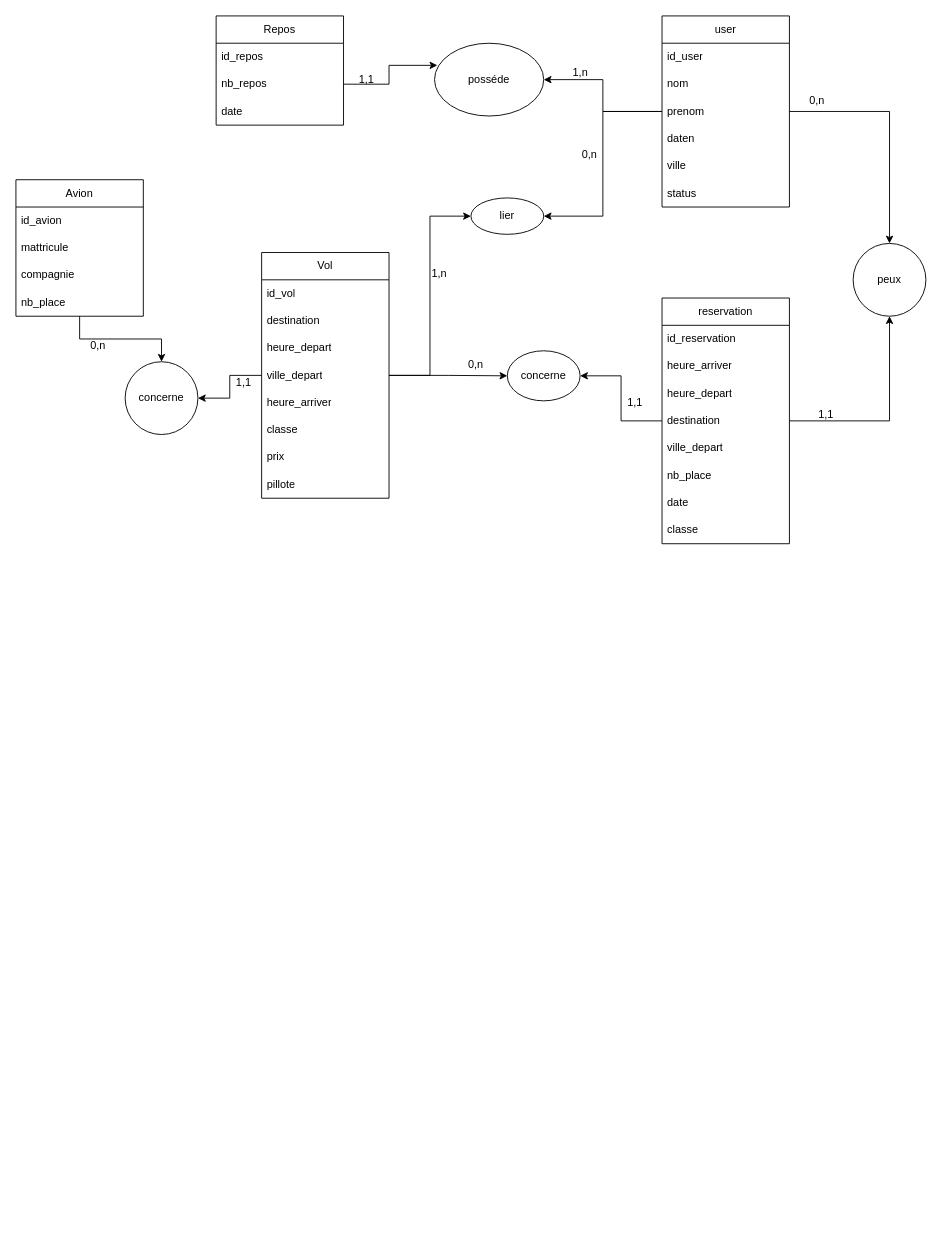
Djibril-Korchi/A-roport keeps this draw.io diagram as MCD.drawio. Above is the earlier version. Source tidied: cells renumbered, new cells numbered last; positions are measured from the earlier drawing's top-left corner, leaving out a move shared by most shapes. Both pictures are drawn from the tidied source at 91%, with x=0, y=0 at pixel (15, 15).
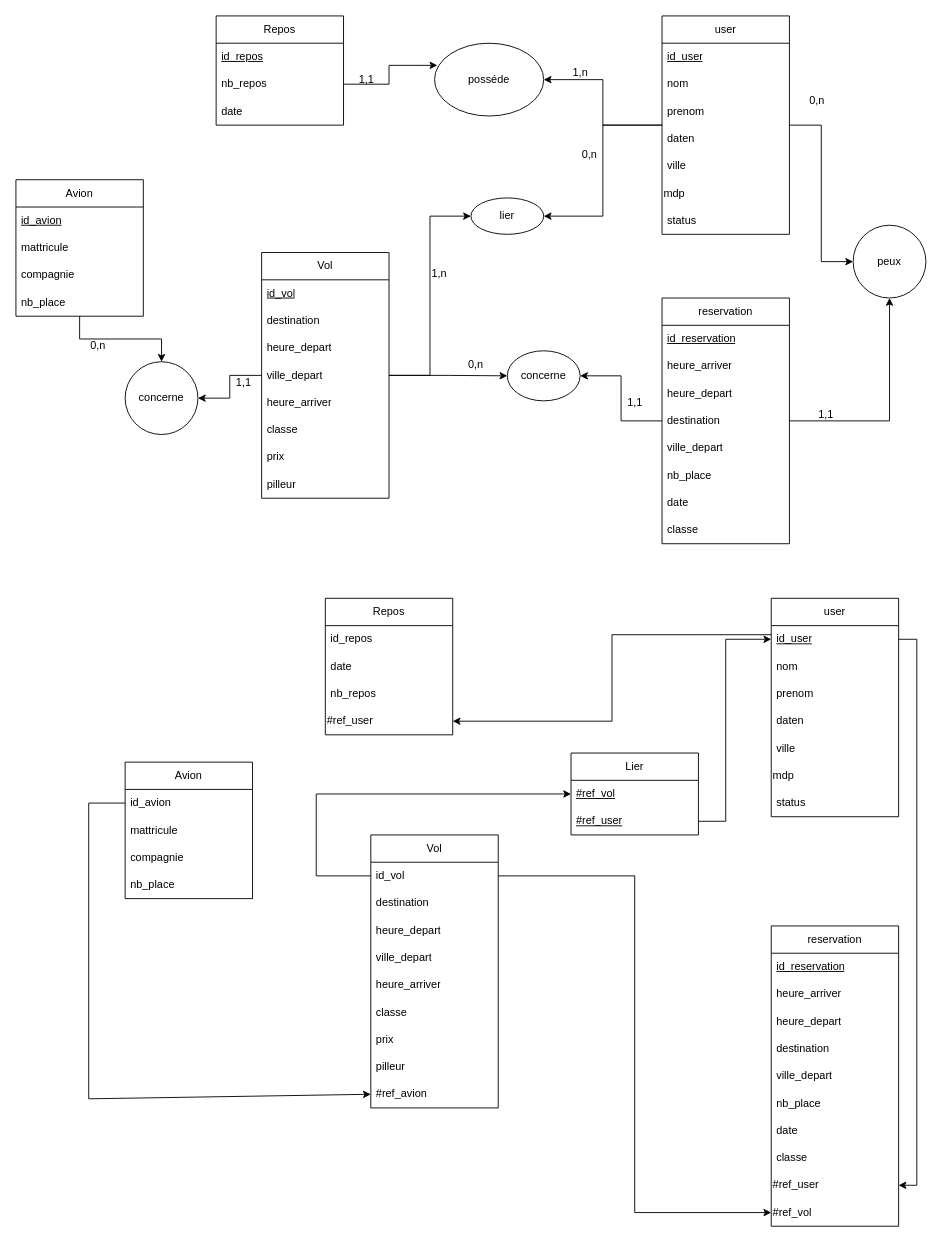
The same page after the edit.

The change refers to these unchanged cells:
```xml
<mxCell id="14" value="reservation" style="swimlane;fontStyle=0;horizontal=1;startSize=30;whiteSpace=wrap;html=1;" parent="1" vertex="1">
  <mxGeometry x="710" y="310" width="140" height="270" as="geometry" />
</mxCell>
<mxCell id="26" value="Vol" style="swimlane;fontStyle=0;horizontal=1;startSize=30;whiteSpace=wrap;html=1;" parent="1" vertex="1">
  <mxGeometry x="270" y="260" width="140" height="270" as="geometry" />
</mxCell>
<mxCell id="35" value="Repos" style="swimlane;fontStyle=0;horizontal=1;startSize=30;whiteSpace=wrap;html=1;" parent="1" vertex="1">
  <mxGeometry x="220" width="140" height="120" as="geometry" />
</mxCell>
<mxCell id="53" value="Avion" style="swimlane;fontStyle=0;horizontal=1;startSize=30;whiteSpace=wrap;html=1;" parent="1" vertex="1">
  <mxGeometry y="180" width="140" height="150" as="geometry" />
</mxCell>
```

The edit, as a diff of the source:
```diff
@@
     <mxCell id="5" value="user" style="swimlane;fontStyle=0;horizontal=1;startSize=30;whiteSpace=wrap;html=1;" parent="1" vertex="1">
-      <mxGeometry x="710" width="140" height="210" as="geometry" />
+      <mxGeometry x="710" width="140" height="240" as="geometry" />
     </mxCell>
-    <mxCell id="6" value="id_user" style="text;strokeColor=none;fillColor=none;align=left;verticalAlign=middle;spacingLeft=4;spacingRight=4;overflow=hidden;whiteSpace=wrap;html=1;" parent="5" vertex="1">
+    <mxCell id="6" value="id_user" style="text;strokeColor=none;fillColor=none;align=left;verticalAlign=middle;spacingLeft=4;spacingRight=4;overflow=hidden;whiteSpace=wrap;html=1;fontStyle=4;" parent="5" vertex="1">
       <mxGeometry y="30" width="140" height="30" as="geometry" />
     </mxCell>
@@
+    <mxCell id="61" value="mdp" style="text;html=1;align=left;verticalAlign=middle;whiteSpace=wrap;rounded=0;" parent="5" vertex="1">
+      <mxGeometry y="180" width="140" height="30" as="geometry" />
+    </mxCell>
     <mxCell id="11" value="status" style="text;strokeColor=none;fillColor=none;align=left;verticalAlign=middle;spacingLeft=4;spacingRight=4;overflow=hidden;whiteSpace=wrap;html=1;" parent="5" vertex="1">
-      <mxGeometry y="180" width="140" height="30" as="geometry" />
+      <mxGeometry y="210" width="140" height="30" as="geometry" />
     </mxCell>
@@
-    <mxCell id="15" value="id_reservation" style="text;strokeColor=none;fillColor=none;align=left;verticalAlign=middle;spacingLeft=4;spacingRight=4;overflow=hidden;whiteSpace=wrap;html=1;" parent="14" vertex="1">
+    <mxCell id="15" value="id_reservation" style="text;strokeColor=none;fillColor=none;align=left;verticalAlign=middle;spacingLeft=4;spacingRight=4;overflow=hidden;whiteSpace=wrap;html=1;fontStyle=4;" parent="14" vertex="1">
       <mxGeometry y="30" width="140" height="30" as="geometry" />
     </mxCell>
@@
-    <mxCell id="27" value="id_vol" style="text;strokeColor=none;fillColor=none;align=left;verticalAlign=middle;spacingLeft=4;spacingRight=4;overflow=hidden;whiteSpace=wrap;html=1;" parent="26" vertex="1">
+    <mxCell id="27" value="id_vol" style="text;strokeColor=none;fillColor=none;align=left;verticalAlign=middle;spacingLeft=4;spacingRight=4;overflow=hidden;whiteSpace=wrap;html=1;fontStyle=4;" parent="26" vertex="1">
       <mxGeometry y="30" width="140" height="30" as="geometry" />
     </mxCell>
@@
-    <mxCell id="34" value="pillote" style="text;strokeColor=none;fillColor=none;align=left;verticalAlign=middle;spacingLeft=4;spacingRight=4;overflow=hidden;whiteSpace=wrap;html=1;" parent="26" vertex="1">
+    <mxCell id="34" value="pilleur" style="text;strokeColor=none;fillColor=none;align=left;verticalAlign=middle;spacingLeft=4;spacingRight=4;overflow=hidden;whiteSpace=wrap;html=1;" parent="26" vertex="1">
       <mxGeometry y="240" width="140" height="30" as="geometry" />
     </mxCell>
@@
-    <mxCell id="36" value="id_repos" style="text;strokeColor=none;fillColor=none;align=left;verticalAlign=middle;spacingLeft=4;spacingRight=4;overflow=hidden;whiteSpace=wrap;html=1;" parent="35" vertex="1">
+    <mxCell id="36" value="id_repos" style="text;strokeColor=none;fillColor=none;align=left;verticalAlign=middle;spacingLeft=4;spacingRight=4;overflow=hidden;whiteSpace=wrap;html=1;fontStyle=4;" parent="35" vertex="1">
       <mxGeometry y="30" width="140" height="30" as="geometry" />
     </mxCell>
@@
     <mxCell id="41" value="peux" style="ellipse;whiteSpace=wrap;html=1;fontStyle=0;startSize=30;" parent="1" vertex="1">
-      <mxGeometry x="920" y="250" width="80" height="80" as="geometry" />
+      <mxGeometry x="920" y="230" width="80" height="80" as="geometry" />
     </mxCell>
@@
-    <mxCell id="54" value="id_avion" style="text;strokeColor=none;fillColor=none;align=left;verticalAlign=middle;spacingLeft=4;spacingRight=4;overflow=hidden;whiteSpace=wrap;html=1;" parent="53" vertex="1">
+    <mxCell id="54" value="id_avion" style="text;strokeColor=none;fillColor=none;align=left;verticalAlign=middle;spacingLeft=4;spacingRight=4;overflow=hidden;whiteSpace=wrap;html=1;fontStyle=4;" parent="53" vertex="1">
       <mxGeometry y="30" width="140" height="30" as="geometry" />
     </mxCell>
@@
+    <mxCell id="62" style="edgeStyle=orthogonalEdgeStyle;rounded=0;jettySize=auto;html=1;entryX=1;entryY=0.5;entryDx=0;entryDy=0;exitX=0;exitY=0.333;exitDx=0;exitDy=0;exitPerimeter=0;" parent="1" edge="1" source="65" target="87">
+      <mxGeometry relative="1" as="geometry" />
+    </mxCell>
+    <mxCell id="63" style="edgeStyle=orthogonalEdgeStyle;rounded=0;jettySize=auto;html=1;exitX=1;exitY=0.5;exitDx=0;exitDy=0;entryX=1;entryY=0.5;entryDx=0;entryDy=0;" parent="1" edge="1" source="65" target="102">
+      <mxGeometry relative="1" as="geometry" />
+    </mxCell>
+    <mxCell id="64" value="user" style="swimlane;fontStyle=0;horizontal=1;startSize=30;whiteSpace=wrap;html=1;" parent="1" vertex="1">
+      <mxGeometry x="830" y="640" width="140" height="240" as="geometry" />
+    </mxCell>
+    <mxCell id="65" value="id_user" style="text;strokeColor=none;fillColor=none;align=left;verticalAlign=middle;spacingLeft=4;spacingRight=4;overflow=hidden;points=[[0,0.5],[1,0.5]];portConstraint=eastwest;whiteSpace=wrap;html=1;fontStyle=4;" parent="64" vertex="1">
+      <mxGeometry y="30" width="140" height="30" as="geometry" />
+    </mxCell>
+    <mxCell id="66" value="nom" style="text;strokeColor=none;fillColor=none;align=left;verticalAlign=middle;spacingLeft=4;spacingRight=4;overflow=hidden;whiteSpace=wrap;html=1;" parent="64" vertex="1">
+      <mxGeometry y="60" width="140" height="30" as="geometry" />
+    </mxCell>
+    <mxCell id="67" value="prenom" style="text;strokeColor=none;fillColor=none;align=left;verticalAlign=middle;spacingLeft=4;spacingRight=4;overflow=hidden;whiteSpace=wrap;html=1;" parent="64" vertex="1">
+      <mxGeometry y="90" width="140" height="30" as="geometry" />
+    </mxCell>
+    <mxCell id="68" value="daten" style="text;strokeColor=none;fillColor=none;align=left;verticalAlign=middle;spacingLeft=4;spacingRight=4;overflow=hidden;whiteSpace=wrap;html=1;" parent="64" vertex="1">
+      <mxGeometry y="120" width="140" height="30" as="geometry" />
+    </mxCell>
+    <mxCell id="69" value="ville" style="text;strokeColor=none;fillColor=none;align=left;verticalAlign=middle;spacingLeft=4;spacingRight=4;overflow=hidden;whiteSpace=wrap;html=1;" parent="64" vertex="1">
+      <mxGeometry y="150" width="140" height="30" as="geometry" />
+    </mxCell>
+    <mxCell id="70" value="mdp" style="text;html=1;align=left;verticalAlign=middle;whiteSpace=wrap;rounded=0;" parent="64" vertex="1">
+      <mxGeometry y="180" width="140" height="30" as="geometry" />
+    </mxCell>
+    <mxCell id="71" value="status" style="text;strokeColor=none;fillColor=none;align=left;verticalAlign=middle;spacingLeft=4;spacingRight=4;overflow=hidden;whiteSpace=wrap;html=1;" parent="64" vertex="1">
+      <mxGeometry y="210" width="140" height="30" as="geometry" />
+    </mxCell>
+    <mxCell id="72" style="edgeStyle=orthogonalEdgeStyle;rounded=0;jettySize=auto;html=1;entryX=0;entryY=0.5;entryDx=0;entryDy=0;exitX=1;exitY=0.5;exitDx=0;exitDy=0;" parent="1" edge="1" source="74" target="103">
+      <mxGeometry relative="1" as="geometry" />
+    </mxCell>
+    <mxCell id="73" value="Vol" style="swimlane;fontStyle=0;horizontal=1;startSize=30;whiteSpace=wrap;html=1;" parent="1" vertex="1">
+      <mxGeometry x="390" y="900" width="140" height="300" as="geometry" />
+    </mxCell>
+    <mxCell id="74" value="id_vol" style="text;strokeColor=none;fillColor=none;align=left;verticalAlign=middle;spacingLeft=4;spacingRight=4;overflow=hidden;points=[[0,0.5],[1,0.5]];portConstraint=eastwest;whiteSpace=wrap;html=1;" parent="73" vertex="1">
+      <mxGeometry y="30" width="140" height="30" as="geometry" />
+    </mxCell>
+    <mxCell id="75" value="destination" style="text;strokeColor=none;fillColor=none;align=left;verticalAlign=middle;spacingLeft=4;spacingRight=4;overflow=hidden;whiteSpace=wrap;html=1;" parent="73" vertex="1">
+      <mxGeometry y="60" width="140" height="30" as="geometry" />
+    </mxCell>
+    <mxCell id="76" value="heure_depart" style="text;strokeColor=none;fillColor=none;align=left;verticalAlign=middle;spacingLeft=4;spacingRight=4;overflow=hidden;whiteSpace=wrap;html=1;" parent="73" vertex="1">
+      <mxGeometry y="90" width="140" height="30" as="geometry" />
+    </mxCell>
+    <mxCell id="77" value="ville_depart" style="text;strokeColor=none;fillColor=none;align=left;verticalAlign=middle;spacingLeft=4;spacingRight=4;overflow=hidden;whiteSpace=wrap;html=1;" parent="73" vertex="1">
+      <mxGeometry y="120" width="140" height="30" as="geometry" />
+    </mxCell>
+    <mxCell id="78" value="heure_arriver" style="text;strokeColor=none;fillColor=none;align=left;verticalAlign=middle;spacingLeft=4;spacingRight=4;overflow=hidden;whiteSpace=wrap;html=1;" parent="73" vertex="1">
+      <mxGeometry y="150" width="140" height="30" as="geometry" />
+    </mxCell>
+    <mxCell id="79" value="classe" style="text;strokeColor=none;fillColor=none;align=left;verticalAlign=middle;spacingLeft=4;spacingRight=4;overflow=hidden;whiteSpace=wrap;html=1;" parent="73" vertex="1">
+      <mxGeometry y="180" width="140" height="30" as="geometry" />
+    </mxCell>
+    <mxCell id="80" value="prix" style="text;strokeColor=none;fillColor=none;align=left;verticalAlign=middle;spacingLeft=4;spacingRight=4;overflow=hidden;whiteSpace=wrap;html=1;" parent="73" vertex="1">
+      <mxGeometry y="210" width="140" height="30" as="geometry" />
+    </mxCell>
+    <mxCell id="81" value="pilleur" style="text;strokeColor=none;fillColor=none;align=left;verticalAlign=middle;spacingLeft=4;spacingRight=4;overflow=hidden;whiteSpace=wrap;html=1;" parent="73" vertex="1">
+      <mxGeometry y="240" width="140" height="30" as="geometry" />
+    </mxCell>
+    <mxCell id="82" value="#ref_avion" style="text;strokeColor=none;fillColor=none;align=left;verticalAlign=middle;spacingLeft=4;spacingRight=4;overflow=hidden;points=[[0,0.5],[1,0.5]];portConstraint=eastwest;whiteSpace=wrap;html=1;" parent="73" vertex="1">
+      <mxGeometry y="270" width="140" height="30" as="geometry" />
+    </mxCell>
+    <mxCell id="83" value="Repos" style="swimlane;fontStyle=0;horizontal=1;startSize=30;whiteSpace=wrap;html=1;" parent="1" vertex="1">
+      <mxGeometry x="340" y="640" width="140" height="150" as="geometry" />
+    </mxCell>
+    <mxCell id="84" value="id_repos" style="text;strokeColor=none;fillColor=none;align=left;verticalAlign=middle;spacingLeft=4;spacingRight=4;overflow=hidden;whiteSpace=wrap;html=1;" parent="83" vertex="1">
+      <mxGeometry y="30" width="140" height="30" as="geometry" />
+    </mxCell>
+    <mxCell id="85" value="date" style="text;strokeColor=none;fillColor=none;align=left;verticalAlign=middle;spacingLeft=4;spacingRight=4;overflow=hidden;whiteSpace=wrap;html=1;" parent="83" vertex="1">
+      <mxGeometry y="60" width="140" height="30" as="geometry" />
+    </mxCell>
+    <mxCell id="86" value="nb_repos" style="text;strokeColor=none;fillColor=none;align=left;verticalAlign=middle;spacingLeft=4;spacingRight=4;overflow=hidden;whiteSpace=wrap;html=1;" parent="83" vertex="1">
+      <mxGeometry y="90" width="140" height="30" as="geometry" />
+    </mxCell>
+    <mxCell id="87" value="#ref_user" style="text;html=1;align=left;verticalAlign=middle;whiteSpace=wrap;rounded=0;" parent="83" vertex="1">
+      <mxGeometry y="120" width="140" height="30" as="geometry" />
+    </mxCell>
+    <mxCell id="88" value="Avion" style="swimlane;fontStyle=0;horizontal=1;startSize=30;whiteSpace=wrap;html=1;" parent="1" vertex="1">
+      <mxGeometry x="120" y="820" width="140" height="150" as="geometry" />
+    </mxCell>
+    <mxCell id="89" value="id_avion" style="text;strokeColor=none;fillColor=none;align=left;verticalAlign=middle;spacingLeft=4;spacingRight=4;overflow=hidden;points=[[0,0.5],[1,0.5]];portConstraint=eastwest;whiteSpace=wrap;html=1;" parent="88" vertex="1">
+      <mxGeometry y="30" width="140" height="30" as="geometry" />
+    </mxCell>
+    <mxCell id="90" value="mattricule" style="text;strokeColor=none;fillColor=none;align=left;verticalAlign=middle;spacingLeft=4;spacingRight=4;overflow=hidden;whiteSpace=wrap;html=1;" parent="88" vertex="1">
+      <mxGeometry y="60" width="140" height="30" as="geometry" />
+    </mxCell>
+    <mxCell id="91" value="compagnie" style="text;strokeColor=none;fillColor=none;align=left;verticalAlign=middle;spacingLeft=4;spacingRight=4;overflow=hidden;whiteSpace=wrap;html=1;" parent="88" vertex="1">
+      <mxGeometry y="90" width="140" height="30" as="geometry" />
+    </mxCell>
+    <mxCell id="92" value="nb_place" style="text;strokeColor=none;fillColor=none;align=left;verticalAlign=middle;spacingLeft=4;spacingRight=4;overflow=hidden;whiteSpace=wrap;html=1;" parent="88" vertex="1">
+      <mxGeometry y="120" width="140" height="30" as="geometry" />
+    </mxCell>
+    <mxCell id="93" value="reservation" style="swimlane;fontStyle=0;horizontal=1;startSize=30;whiteSpace=wrap;html=1;" parent="1" vertex="1">
+      <mxGeometry x="830" y="1000" width="140" height="330" as="geometry" />
+    </mxCell>
+    <mxCell id="94" value="&lt;u&gt;id_reservation&lt;/u&gt;" style="text;strokeColor=none;fillColor=none;align=left;verticalAlign=middle;spacingLeft=4;spacingRight=4;overflow=hidden;whiteSpace=wrap;html=1;" parent="93" vertex="1">
+      <mxGeometry y="30" width="140" height="30" as="geometry" />
+    </mxCell>
+    <mxCell id="95" value="heure_arriver" style="text;strokeColor=none;fillColor=none;align=left;verticalAlign=middle;spacingLeft=4;spacingRight=4;overflow=hidden;whiteSpace=wrap;html=1;" parent="93" vertex="1">
+      <mxGeometry y="60" width="140" height="30" as="geometry" />
+    </mxCell>
+    <mxCell id="96" value="heure_depart" style="text;strokeColor=none;fillColor=none;align=left;verticalAlign=middle;spacingLeft=4;spacingRight=4;overflow=hidden;whiteSpace=wrap;html=1;" parent="93" vertex="1">
+      <mxGeometry y="90" width="140" height="30" as="geometry" />
+    </mxCell>
+    <mxCell id="97" value="destination" style="text;strokeColor=none;fillColor=none;align=left;verticalAlign=middle;spacingLeft=4;spacingRight=4;overflow=hidden;whiteSpace=wrap;html=1;" parent="93" vertex="1">
+      <mxGeometry y="120" width="140" height="30" as="geometry" />
+    </mxCell>
+    <mxCell id="98" value="ville_depart" style="text;strokeColor=none;fillColor=none;align=left;verticalAlign=middle;spacingLeft=4;spacingRight=4;overflow=hidden;whiteSpace=wrap;html=1;" parent="93" vertex="1">
+      <mxGeometry y="150" width="140" height="30" as="geometry" />
+    </mxCell>
+    <mxCell id="99" value="nb_place" style="text;strokeColor=none;fillColor=none;align=left;verticalAlign=middle;spacingLeft=4;spacingRight=4;overflow=hidden;whiteSpace=wrap;html=1;" parent="93" vertex="1">
+      <mxGeometry y="180" width="140" height="30" as="geometry" />
+    </mxCell>
+    <mxCell id="100" value="date" style="text;strokeColor=none;fillColor=none;align=left;verticalAlign=middle;spacingLeft=4;spacingRight=4;overflow=hidden;whiteSpace=wrap;html=1;" parent="93" vertex="1">
+      <mxGeometry y="210" width="140" height="30" as="geometry" />
+    </mxCell>
+    <mxCell id="101" value="classe" style="text;strokeColor=none;fillColor=none;align=left;verticalAlign=middle;spacingLeft=4;spacingRight=4;overflow=hidden;whiteSpace=wrap;html=1;" parent="93" vertex="1">
+      <mxGeometry y="240" width="140" height="30" as="geometry" />
+    </mxCell>
+    <mxCell id="102" value="#ref_user" style="text;html=1;align=left;verticalAlign=middle;whiteSpace=wrap;rounded=0;" parent="93" vertex="1">
+      <mxGeometry y="270" width="140" height="30" as="geometry" />
+    </mxCell>
+    <mxCell id="103" value="#ref_vol" style="text;html=1;align=left;verticalAlign=middle;whiteSpace=wrap;rounded=0;" parent="93" vertex="1">
+      <mxGeometry y="300" width="140" height="30" as="geometry" />
+    </mxCell>
+    <mxCell id="104" value="Lier" style="swimlane;fontStyle=0;horizontal=1;startSize=30;whiteSpace=wrap;html=1;" parent="1" vertex="1">
+      <mxGeometry x="610" y="810" width="140" height="90" as="geometry" />
+    </mxCell>
+    <mxCell id="105" value="&lt;u&gt;#ref_vol&lt;/u&gt;" style="text;strokeColor=none;fillColor=none;align=left;verticalAlign=middle;spacingLeft=4;spacingRight=4;overflow=hidden;points=[[0,0.5],[1,0.5]];portConstraint=eastwest;whiteSpace=wrap;html=1;" parent="104" vertex="1">
+      <mxGeometry y="30" width="140" height="30" as="geometry" />
+    </mxCell>
+    <mxCell id="106" value="&lt;u&gt;#ref_user&lt;/u&gt;" style="text;strokeColor=none;fillColor=none;align=left;verticalAlign=middle;spacingLeft=4;spacingRight=4;overflow=hidden;points=[[0,0.5],[1,0.5]];portConstraint=eastwest;whiteSpace=wrap;html=1;" parent="104" vertex="1">
+      <mxGeometry y="60" width="140" height="30" as="geometry" />
+    </mxCell>
+    <mxCell id="107" style="endArrow=classic;html=1;rounded=0;exitX=0;exitY=0.5;exitDx=0;exitDy=0;entryX=0;entryY=0.5;entryDx=0;entryDy=0;" parent="1" edge="1" source="74" target="105">
+      <mxGeometry relative="1" as="geometry">
+        <Array as="points">
+          <mxPoint x="330" y="945" />
+          <mxPoint x="330" y="855" />
+        </Array>
+      </mxGeometry>
+    </mxCell>
+    <mxCell id="108" style="endArrow=classic;html=1;rounded=0;entryX=0;entryY=0.5;entryDx=0;entryDy=0;exitX=1;exitY=0.5;exitDx=0;exitDy=0;" parent="1" edge="1" source="106" target="65">
+      <mxGeometry relative="1" as="geometry">
+        <Array as="points">
+          <mxPoint x="780" y="885" />
+          <mxPoint x="780" y="685" />
+        </Array>
+      </mxGeometry>
+    </mxCell>
+    <mxCell id="109" style="endArrow=classic;html=1;rounded=0;exitX=0;exitY=0.5;exitDx=0;exitDy=0;entryX=0;entryY=0.5;entryDx=0;entryDy=0;" parent="1" edge="1" source="89" target="82">
+      <mxGeometry relative="1" as="geometry">
+        <Array as="points">
+          <mxPoint x="80" y="865" />
+          <mxPoint x="80" y="1190" />
+        </Array>
+      </mxGeometry>
+    </mxCell>
```
